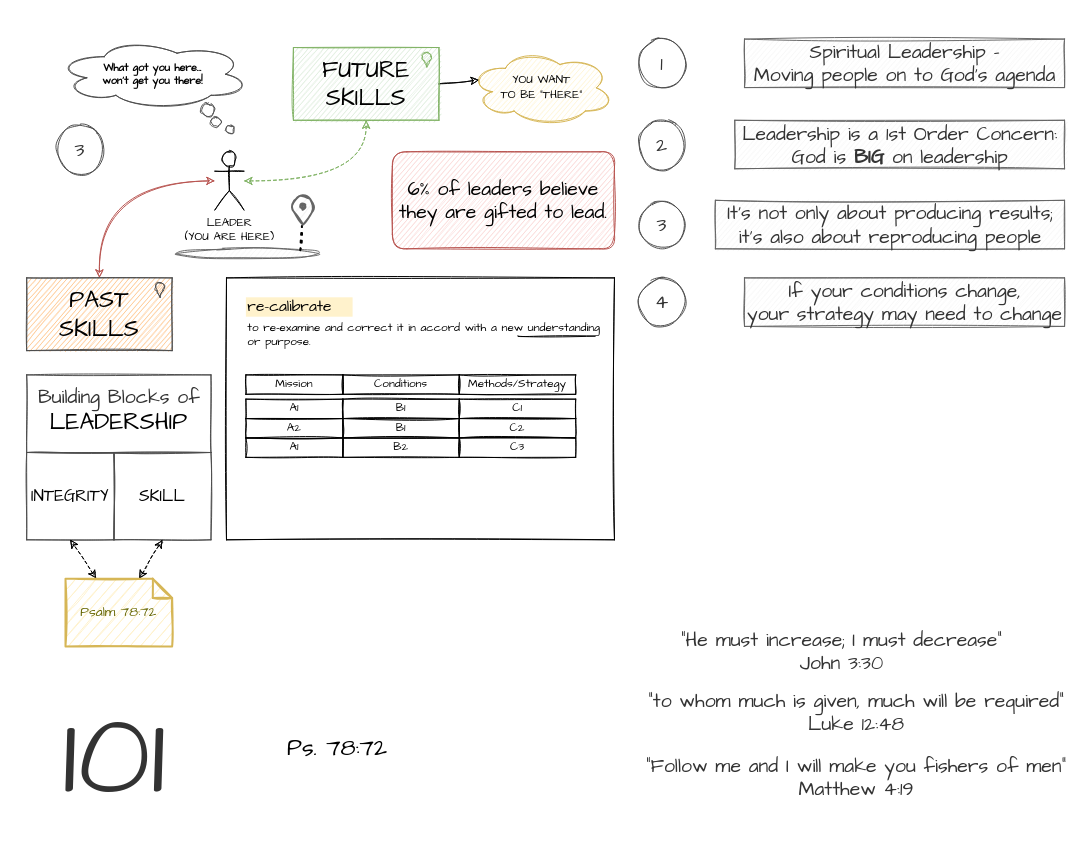
The draw.io diagram page "Page-1" (1 of 2) of sample.drawio in darrellcbrown/strategy, before the edit. Source tidied: cells renumbered, new cells numbered last; positions are measured from the earlier drawing's top-left corner, leaving out a move shared by most shapes. Both pictures are drawn from the tidied source at 97%, with x=0, y=0 at pixel (16, 39).
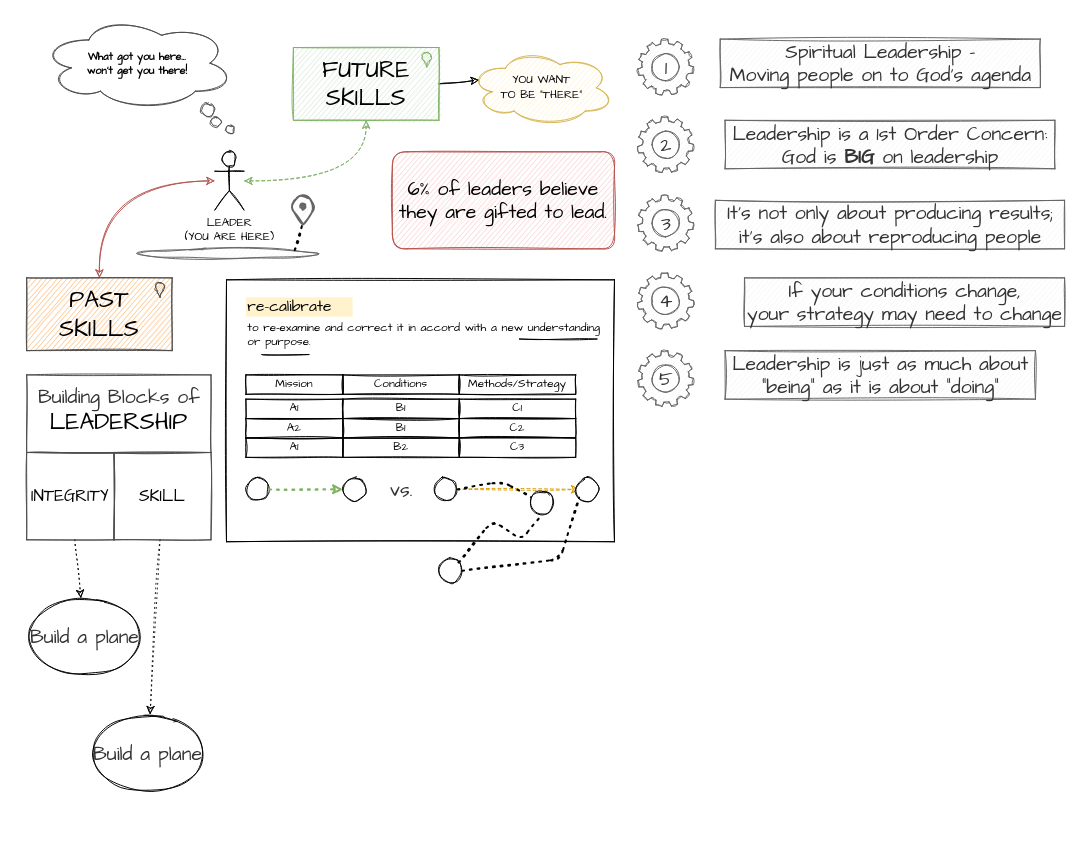
The same diagram, later.

The change refers to these unchanged cells:
```xml
<mxCell id="28" value="INTEGRITY" style="whiteSpace=wrap;html=1;shadow=0;sketch=1;fontFamily=Comic Sans MS;fontSize=17;fontColor=default;strokeColor=#4D4D4D;fillColor=none;verticalAlign=middle;" parent="1" vertex="1">
  <mxGeometry x="10" y="426" width="90" height="90" as="geometry" />
</mxCell>
<mxCell id="29" value="SKILL" style="whiteSpace=wrap;html=1;shadow=0;sketch=1;fontFamily=Comic Sans MS;fontSize=17;fontColor=default;strokeColor=#4D4D4D;fillColor=none;verticalAlign=middle;" parent="1" vertex="1">
  <mxGeometry x="100" y="426" width="100" height="90" as="geometry" />
</mxCell>
```

What changed in the source:
```diff
@@
     <mxCell id="2" style="rounded=0;whiteSpace=wrap;html=1;shadow=0;sketch=1;fontFamily=Comic Sans MS;fontSize=16;fontColor=default;strokeColor=default;fillColor=none;" parent="1" vertex="1">
-      <mxGeometry x="216" y="246" width="400" height="270" as="geometry" />
+      <mxGeometry x="216" y="248" width="400" height="270" as="geometry" />
     </mxCell>
@@
     <mxCell id="20" style="endArrow=none;html=1;rounded=0;sketch=1;fontFamily=Comic Sans MS;fontColor=default;curved=1;" parent="1" edge="1">
       <mxGeometry relative="1" as="geometry">
-        <mxPoint x="516" y="306" as="sourcePoint" />
-        <mxPoint x="596" y="306" as="targetPoint" />
+        <mxPoint x="518" y="309" as="sourcePoint" />
+        <mxPoint x="598" y="309" as="targetPoint" />
+        <Array as="points">
+          <mxPoint x="562" y="309" />
+        </Array>
       </mxGeometry>
     </mxCell>
@@
+    <mxCell id="57" style="edgeStyle=none;rounded=1;sketch=1;jettySize=auto;html=1;dashed=1;dashPattern=1 4;fontFamily=Comic Sans MS;fontSize=20;fontColor=#333333;startArrow=none;startFill=0;endArrow=classic;endFill=1;" parent="1" edge="1" source="28" target="75">
+      <mxGeometry relative="1" as="geometry" />
+    </mxCell>
@@
+    <mxCell id="58" style="edgeStyle=none;rounded=1;sketch=1;jettySize=auto;html=1;dashed=1;dashPattern=1 4;fontFamily=Comic Sans MS;fontSize=20;fontColor=#333333;startArrow=none;startFill=0;endArrow=classic;endFill=1;" parent="1" edge="1" source="29" target="76">
+      <mxGeometry relative="1" as="geometry" />
+    </mxCell>
@@
-    <mxCell id="31" value="Ps. 78:72" style="text;html=1;align=center;verticalAlign=middle;strokeColor=none;fillColor=none;fontSize=24;fontFamily=Comic Sans MS;fontColor=default;" parent="1" vertex="1">
-      <mxGeometry x="270" y="716" width="120" height="30" as="geometry" />
-    </mxCell>
     <mxCell id="32" value="&lt;b&gt;What got you here...&lt;br&gt;won't get you there!&lt;/b&gt;" style="ellipse;shape=cloud;whiteSpace=wrap;html=1;shadow=0;sketch=1;fontFamily=Comic Sans MS;fontSize=11;fontColor=default;strokeColor=#4D4D4D;fillColor=none;rotation=0;" parent="1" vertex="1">
-      <mxGeometry x="40" y="-0.2" width="200" height="72.5" as="geometry" />
+      <mxGeometry x="24" y="-23.4" width="200" height="96.2" as="geometry" />
     </mxCell>
@@
     <mxCell id="36" value="Spiritual Leadership - &lt;br&gt;Moving people on to God's agenda" style="text;html=1;align=center;verticalAlign=middle;strokeColor=#666666;fillColor=#f5f5f5;fontSize=20;fontFamily=Comic Sans MS;fontColor=#333333;sketch=1;" parent="1" vertex="1">
-      <mxGeometry x="750" y="-0.2" width="330" height="50" as="geometry" />
+      <mxGeometry x="725" y="-0.2" width="330" height="50" as="geometry" />
     </mxCell>
@@
-    <mxCell id="38" value="1" style="ellipse;whiteSpace=wrap;html=1;shadow=0;sketch=1;fontFamily=Comic Sans MS;fontSize=20;fontColor=#333333;strokeColor=#4D4D4D;fillColor=none;" parent="1" vertex="1">
-      <mxGeometry x="640" y="-0.2" width="50" height="50" as="geometry" />
-    </mxCell>
-    <mxCell id="39" value="2" style="ellipse;whiteSpace=wrap;html=1;shadow=0;sketch=1;fontFamily=Comic Sans MS;fontSize=20;fontColor=#333333;strokeColor=#4D4D4D;fillColor=none;" parent="1" vertex="1">
-      <mxGeometry x="640" y="83.5" width="50" height="50" as="geometry" />
-    </mxCell>
     <mxCell id="40" value="Leadership is a 1st Order Concern:&lt;br&gt;God is &lt;b&gt;BIG &lt;/b&gt;on leadership" style="text;html=1;align=center;verticalAlign=middle;strokeColor=#666666;fillColor=#f5f5f5;fontSize=20;fontFamily=Comic Sans MS;fontColor=#333333;sketch=1;" parent="1" vertex="1">
-      <mxGeometry x="740" y="83.5" width="340" height="50" as="geometry" />
+      <mxGeometry x="730" y="83.5" width="340" height="50" as="geometry" />
     </mxCell>
-    <mxCell id="41" value="3" style="ellipse;whiteSpace=wrap;html=1;shadow=0;sketch=1;fontFamily=Comic Sans MS;fontSize=20;fontColor=#333333;strokeColor=#4D4D4D;fillColor=none;" parent="1" vertex="1">
-      <mxGeometry x="40" y="89" width="50" height="50" as="geometry" />
-    </mxCell>
-    <mxCell id="42" value="&lt;font color=&quot;#333333&quot; style=&quot;font-size: 20px;&quot;&gt;&quot;He must increase; I must decrease&quot;&lt;br&gt;John 3:30&lt;br&gt;&lt;/font&gt;" style="text;html=1;align=center;verticalAlign=middle;strokeColor=none;fillColor=none;fontSize=20;fontFamily=Comic Sans MS;fontColor=#FF8000;" parent="1" vertex="1">
-      <mxGeometry x="670" y="606" width="360" height="50" as="geometry" />
-    </mxCell>
-    <mxCell id="43" value="&lt;font color=&quot;#333333&quot; style=&quot;font-size: 20px;&quot;&gt;&quot;to whom much is given, much will be required&quot;&lt;br&gt;Luke 12:48&lt;br&gt;&lt;br&gt;&lt;/font&gt;" style="text;html=1;align=center;verticalAlign=middle;strokeColor=none;fillColor=none;fontSize=20;fontFamily=Comic Sans MS;fontColor=#FF8000;" parent="1" vertex="1">
-      <mxGeometry x="640" y="666" width="450" height="80" as="geometry" />
-    </mxCell>
-    <mxCell id="44" value="3" style="ellipse;whiteSpace=wrap;html=1;shadow=0;sketch=1;fontFamily=Comic Sans MS;fontSize=20;fontColor=#333333;strokeColor=#4D4D4D;fillColor=none;" parent="1" vertex="1">
-      <mxGeometry x="640" y="166" width="50" height="50" as="geometry" />
-    </mxCell>
@@
-    <mxCell id="46" value="&lt;font color=&quot;#333333&quot; style=&quot;font-size: 20px;&quot;&gt;&quot;Follow me and I will make you fishers of men&quot;&lt;br&gt;Matthew 4:19&lt;br&gt;&lt;/font&gt;" style="text;html=1;align=center;verticalAlign=middle;strokeColor=none;fillColor=none;fontSize=20;fontFamily=Comic Sans MS;fontColor=#FF8000;" parent="1" vertex="1">
-      <mxGeometry x="640" y="736" width="450" height="50" as="geometry" />
-    </mxCell>
@@
-    <mxCell id="48" value="4" style="ellipse;whiteSpace=wrap;html=1;shadow=0;sketch=1;fontFamily=Comic Sans MS;fontSize=20;fontColor=#333333;strokeColor=#4D4D4D;fillColor=none;" parent="1" vertex="1">
-      <mxGeometry x="640" y="246" width="50" height="50" as="geometry" />
-    </mxCell>
@@
     <mxCell id="50" style="ellipse;whiteSpace=wrap;html=1;shadow=0;sketch=1;fontFamily=Comic Sans MS;fontSize=20;fontColor=#333333;strokeColor=#666666;fillColor=#f5f5f5;" parent="1" vertex="1">
-      <mxGeometry x="160" y="216" width="155" height="10" as="geometry" />
+      <mxGeometry x="120" y="216" width="195" height="10" as="geometry" />
     </mxCell>
@@
-    <mxCell id="53" value="101" style="text;html=1;align=center;verticalAlign=middle;strokeColor=none;fillColor=none;fontSize=120;fontFamily=Comic Sans MS;fontColor=#333333;" parent="1" vertex="1">
-      <mxGeometry y="666" width="200" height="150" as="geometry" />
-    </mxCell>
-    <mxCell id="54" style="edgeStyle=none;rounded=0;sketch=1;jettySize=auto;html=1;entryX=0.5;entryY=1;entryDx=0;entryDy=0;dashed=1;fontFamily=Comic Sans MS;fontSize=120;fontColor=#333333;startArrow=classic;startFill=1;endArrow=classic;endFill=1;" parent="1" edge="1" source="56" target="28">
-      <mxGeometry relative="1" as="geometry" />
-    </mxCell>
-    <mxCell id="55" style="edgeStyle=none;rounded=0;sketch=1;jettySize=auto;html=1;entryX=0.5;entryY=1;entryDx=0;entryDy=0;dashed=1;fontFamily=Comic Sans MS;fontSize=120;fontColor=#333333;startArrow=classic;startFill=1;endArrow=classic;endFill=1;" parent="1" edge="1" source="56" target="29">
-      <mxGeometry relative="1" as="geometry" />
-    </mxCell>
-    <mxCell id="56" value="Psalm 78:72" style="shape=note;strokeWidth=2;fontSize=14;size=20;whiteSpace=wrap;html=1;fillColor=#fff2cc;strokeColor=#d6b656;fontColor=#666600;shadow=0;sketch=1;fontFamily=Comic Sans MS;" parent="1" vertex="1">
-      <mxGeometry x="50" y="556" width="110" height="70" as="geometry" />
-    </mxCell>
+    <mxCell id="59" value="Leadership is just as much about&lt;br&gt;&quot;being&quot; as it is about &quot;doing&quot;" style="text;html=1;align=center;verticalAlign=middle;strokeColor=#666666;fillColor=#f5f5f5;fontSize=20;fontFamily=Comic Sans MS;fontColor=#333333;sketch=1;" parent="1" vertex="1">
+      <mxGeometry x="730" y="321" width="320" height="50" as="geometry" />
+    </mxCell>
+    <mxCell id="38" value="1" style="sketch=1;html=1;strokeColor=#666666;shadow=0;align=center;verticalAlign=middle;fillColor=#f5f5f5;shape=mxgraph.gcp2.gear;fontFamily=Comic Sans MS;fontSize=20;fontColor=#333333;" parent="1" vertex="1">
+      <mxGeometry x="640" y="-0.2" width="57.5" height="57.5" as="geometry" />
+    </mxCell>
+    <mxCell id="39" value="2" style="sketch=1;html=1;strokeColor=#666666;shadow=0;align=center;verticalAlign=middle;fillColor=#f5f5f5;shape=mxgraph.gcp2.gear;fontFamily=Comic Sans MS;fontSize=20;fontColor=#333333;" parent="1" vertex="1">
+      <mxGeometry x="640" y="79.8" width="57.5" height="57.5" as="geometry" />
+    </mxCell>
+    <mxCell id="60" value="3" style="sketch=1;html=1;strokeColor=#666666;shadow=0;align=center;verticalAlign=middle;fillColor=#f5f5f5;shape=mxgraph.gcp2.gear;fontFamily=Comic Sans MS;fontSize=20;fontColor=#333333;" parent="1" vertex="1">
+      <mxGeometry x="640" y="160.8" width="57.5" height="57.5" as="geometry" />
+    </mxCell>
+    <mxCell id="48" value="4" style="sketch=1;html=1;strokeColor=#666666;shadow=0;align=center;verticalAlign=middle;fillColor=#f5f5f5;shape=mxgraph.gcp2.gear;fontFamily=Comic Sans MS;fontSize=20;fontColor=#333333;" parent="1" vertex="1">
+      <mxGeometry x="640" y="240.8" width="57.5" height="57.5" as="geometry" />
+    </mxCell>
+    <mxCell id="61" value="5" style="sketch=1;html=1;strokeColor=#666666;shadow=0;align=center;verticalAlign=middle;fillColor=#f5f5f5;shape=mxgraph.gcp2.gear;fontFamily=Comic Sans MS;fontSize=20;fontColor=#333333;" parent="1" vertex="1">
+      <mxGeometry x="640" y="321" width="57.5" height="57.5" as="geometry" />
+    </mxCell>
+    <mxCell id="62" style="endArrow=none;html=1;rounded=0;sketch=1;fontFamily=Comic Sans MS;fontColor=default;curved=1;" parent="1" edge="1">
+      <mxGeometry relative="1" as="geometry">
+        <mxPoint x="252" y="325" as="sourcePoint" />
+        <mxPoint x="301" y="325" as="targetPoint" />
+      </mxGeometry>
+    </mxCell>
+    <mxCell id="63" style="ellipse;whiteSpace=wrap;html=1;shadow=0;sketch=1;fontFamily=Comic Sans MS;fontSize=20;fontColor=#333333;strokeColor=default;fillColor=default;" parent="1" vertex="1">
+      <mxGeometry x="236" y="452" width="24" height="24" as="geometry" />
+    </mxCell>
+    <mxCell id="64" style="ellipse;whiteSpace=wrap;html=1;shadow=0;sketch=1;fontFamily=Comic Sans MS;fontSize=20;fontColor=#333333;strokeColor=default;fillColor=default;" parent="1" vertex="1">
+      <mxGeometry x="336" y="452" width="24" height="24" as="geometry" />
+    </mxCell>
+    <mxCell id="65" style="endArrow=classic;dashed=1;html=1;dashPattern=1 3;strokeWidth=2;rounded=0;sketch=1;fontFamily=Comic Sans MS;fontSize=20;fontColor=#333333;endFill=1;fillColor=#d5e8d4;strokeColor=#82b366;" parent="1" edge="1" source="63" target="64">
+      <mxGeometry relative="1" as="geometry" />
+    </mxCell>
+    <mxCell id="66" style="edgeStyle=none;rounded=1;sketch=1;jettySize=auto;html=1;dashed=1;fontFamily=Comic Sans MS;fontSize=20;fontColor=#333333;startArrow=none;startFill=0;endArrow=classic;endFill=1;fillColor=#ffe6cc;strokeColor=#d79b00;" parent="1" edge="1" source="67">
+      <mxGeometry relative="1" as="geometry">
+        <mxPoint x="580" y="464" as="targetPoint" />
+      </mxGeometry>
+    </mxCell>
+    <mxCell id="67" style="ellipse;whiteSpace=wrap;html=1;shadow=0;sketch=1;fontFamily=Comic Sans MS;fontSize=20;fontColor=#333333;strokeColor=default;fillColor=default;" parent="1" vertex="1">
+      <mxGeometry x="430" y="452" width="24" height="24" as="geometry" />
+    </mxCell>
+    <mxCell id="68" style="endArrow=none;dashed=1;html=1;dashPattern=1 3;strokeWidth=2;rounded=1;sketch=1;fontFamily=Comic Sans MS;fontSize=20;fontColor=#333333;exitX=1;exitY=0.5;exitDx=0;exitDy=0;" parent="1" edge="1" source="67" target="69">
+      <mxGeometry relative="1" as="geometry">
+        <Array as="points">
+          <mxPoint x="500" y="456" />
+        </Array>
+      </mxGeometry>
+    </mxCell>
+    <mxCell id="69" style="ellipse;whiteSpace=wrap;html=1;shadow=0;sketch=1;fontFamily=Comic Sans MS;fontSize=20;fontColor=#333333;strokeColor=default;fillColor=default;" parent="1" vertex="1">
+      <mxGeometry x="529" y="466" width="24" height="24" as="geometry" />
+    </mxCell>
+    <mxCell id="70" style="ellipse;whiteSpace=wrap;html=1;shadow=0;sketch=1;fontFamily=Comic Sans MS;fontSize=20;fontColor=#333333;strokeColor=default;fillColor=default;" parent="1" vertex="1">
+      <mxGeometry x="435" y="536" width="24" height="24" as="geometry" />
+    </mxCell>
+    <mxCell id="71" style="endArrow=none;dashed=1;html=1;dashPattern=1 3;strokeWidth=2;rounded=1;sketch=1;fontFamily=Comic Sans MS;fontSize=20;fontColor=#333333;entryX=0.5;entryY=1;entryDx=0;entryDy=0;exitX=1;exitY=0;exitDx=0;exitDy=0;" parent="1" edge="1" source="70" target="69">
+      <mxGeometry relative="1" as="geometry">
+        <Array as="points">
+          <mxPoint x="490" y="496" />
+          <mxPoint x="520" y="516" />
+        </Array>
+      </mxGeometry>
+    </mxCell>
+    <mxCell id="72" style="ellipse;whiteSpace=wrap;html=1;shadow=0;sketch=1;fontFamily=Comic Sans MS;fontSize=20;fontColor=#333333;strokeColor=default;fillColor=default;" parent="1" vertex="1">
+      <mxGeometry x="576" y="452" width="24" height="24" as="geometry" />
+    </mxCell>
+    <mxCell id="73" style="endArrow=none;dashed=1;html=1;dashPattern=1 3;strokeWidth=2;rounded=1;sketch=1;fontFamily=Comic Sans MS;fontSize=20;fontColor=#333333;exitX=1;exitY=0.5;exitDx=0;exitDy=0;entryX=0;entryY=1;entryDx=0;entryDy=0;" parent="1" edge="1" source="70" target="72">
+      <mxGeometry relative="1" as="geometry">
+        <Array as="points">
+          <mxPoint x="560" y="536" />
+        </Array>
+      </mxGeometry>
+    </mxCell>
+    <mxCell id="74" value="vs." style="text;html=1;align=center;verticalAlign=middle;strokeColor=none;fillColor=none;fontSize=20;fontFamily=Comic Sans MS;fontColor=#333333;" parent="1" vertex="1">
+      <mxGeometry x="376" y="449" width="40" height="30" as="geometry" />
+    </mxCell>
+    <mxCell id="75" value="Build a plane" style="ellipse;whiteSpace=wrap;html=1;shadow=0;sketch=1;fontFamily=Comic Sans MS;fontSize=20;fontColor=#333333;strokeColor=default;fillColor=none;" parent="1" vertex="1">
+      <mxGeometry x="10" y="576" width="120" height="80" as="geometry" />
+    </mxCell>
+    <mxCell id="76" value="Build a plane" style="ellipse;whiteSpace=wrap;html=1;shadow=0;sketch=1;fontFamily=Comic Sans MS;fontSize=20;fontColor=#333333;strokeColor=default;fillColor=none;" parent="1" vertex="1">
+      <mxGeometry x="75" y="696" width="120" height="80" as="geometry" />
+    </mxCell>
```
